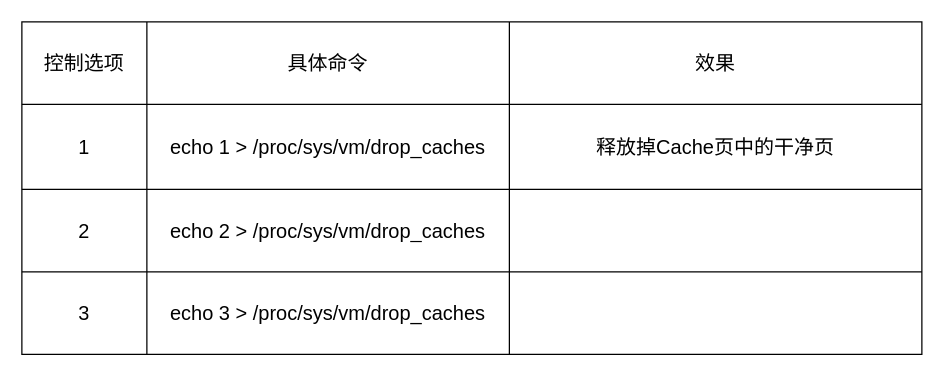
The draw.io diagram dropcache.drawio in Netech-DevNote/itquestions_pictures, before the edit. Source tidied: cells renumbered, new cells numbered last; positions are measured from the earlier drawing's top-left corner, leaving out a move shared by most shapes. Both pictures are drawn from the tidied source at 125%, with x=0, y=0 at pixel (21, 21).
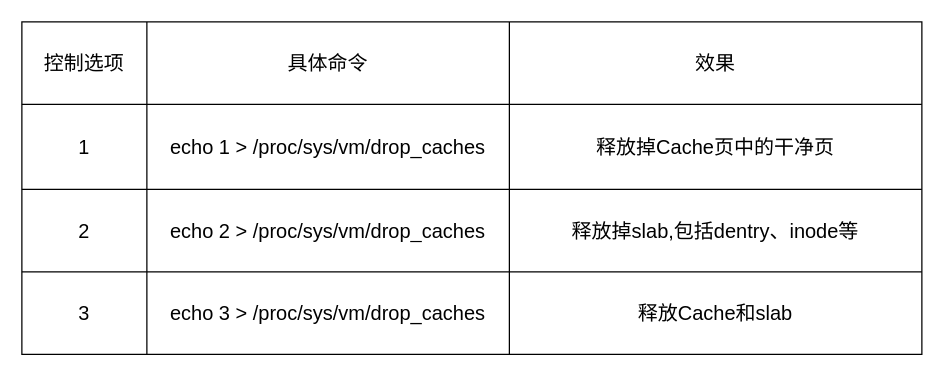
The same page after the edit.

The edit, as a diff of the source:
```diff
@@
 <mxGraphModel>
   <root>
     <mxCell id="0" />
     <mxCell id="1" parent="0" />
     <mxCell id="2" style="shape=table;startSize=0;childLayout=tableLayout;fontSize=16;" parent="1" vertex="1">
       <mxGeometry width="720" height="266" as="geometry" />
     </mxCell>
     <mxCell id="3" style="shape=tableRow;horizontal=0;startSize=0;swimlaneHead=0;swimlaneBody=0;strokeColor=inherit;top=0;left=0;bottom=0;right=0;fillColor=none;fontSize=16;" parent="2" vertex="1">
       <mxGeometry width="720" height="66" as="geometry" />
     </mxCell>
     <mxCell id="4" value="控制选项" style="shape=partialRectangle;html=1;whiteSpace=wrap;strokeColor=inherit;overflow=hidden;fillColor=none;top=0;left=0;bottom=0;right=0;fontSize=16;" parent="3" vertex="1">
       <mxGeometry width="100" height="66" as="geometry" />
     </mxCell>
     <mxCell id="5" value="具体命令" style="shape=partialRectangle;html=1;whiteSpace=wrap;strokeColor=inherit;overflow=hidden;fillColor=none;top=0;left=0;bottom=0;right=0;fontSize=16;" parent="3" vertex="1">
       <mxGeometry x="100" width="290" height="66" as="geometry" />
     </mxCell>
     <mxCell id="6" value="效果" style="shape=partialRectangle;html=1;whiteSpace=wrap;strokeColor=inherit;overflow=hidden;fillColor=none;top=0;left=0;bottom=0;right=0;fontSize=16;" parent="3" vertex="1">
       <mxGeometry x="390" width="330" height="66" as="geometry" />
     </mxCell>
     <mxCell id="7" style="shape=tableRow;horizontal=0;startSize=0;swimlaneHead=0;swimlaneBody=0;strokeColor=inherit;top=0;left=0;bottom=0;right=0;fillColor=none;fontSize=16;" parent="2" vertex="1">
       <mxGeometry y="66" width="720" height="68" as="geometry" />
     </mxCell>
     <mxCell id="8" value="1" style="shape=partialRectangle;html=1;whiteSpace=wrap;strokeColor=inherit;overflow=hidden;fillColor=none;top=0;left=0;bottom=0;right=0;fontSize=16;" parent="7" vertex="1">
       <mxGeometry width="100" height="68" as="geometry" />
     </mxCell>
     <mxCell id="9" value="echo 1 &amp;gt; /proc/sys/vm/drop_caches" style="shape=partialRectangle;html=1;whiteSpace=wrap;strokeColor=inherit;overflow=hidden;fillColor=none;top=0;left=0;bottom=0;right=0;fontSize=16;" parent="7" vertex="1">
       <mxGeometry x="100" width="290" height="68" as="geometry" />
     </mxCell>
     <mxCell id="10" value="释放掉Cache页中的干净页" style="shape=partialRectangle;html=1;whiteSpace=wrap;strokeColor=inherit;overflow=hidden;fillColor=none;top=0;left=0;bottom=0;right=0;fontSize=16;" parent="7" vertex="1">
       <mxGeometry x="390" width="330" height="68" as="geometry" />
     </mxCell>
     <mxCell id="11" style="shape=tableRow;horizontal=0;startSize=0;swimlaneHead=0;swimlaneBody=0;strokeColor=inherit;top=0;left=0;bottom=0;right=0;fillColor=none;fontSize=16;swimlaneFillColor=default;" parent="2" vertex="1">
       <mxGeometry y="134" width="720" height="66" as="geometry" />
     </mxCell>
     <mxCell id="12" value="2" style="shape=partialRectangle;html=1;whiteSpace=wrap;strokeColor=inherit;overflow=hidden;fillColor=none;top=0;left=0;bottom=0;right=0;fontSize=16;" parent="11" vertex="1">
       <mxGeometry width="100" height="66" as="geometry" />
     </mxCell>
     <mxCell id="13" value="echo 2 &amp;gt; /proc/sys/vm/drop_caches" style="shape=partialRectangle;html=1;whiteSpace=wrap;strokeColor=inherit;overflow=hidden;fillColor=none;top=0;left=0;bottom=0;right=0;fontSize=16;" parent="11" vertex="1">
       <mxGeometry x="100" width="290" height="66" as="geometry" />
     </mxCell>
-    <mxCell id="14" style="shape=partialRectangle;html=1;whiteSpace=wrap;strokeColor=inherit;overflow=hidden;fillColor=none;top=0;left=0;bottom=0;right=0;fontSize=16;" parent="11" vertex="1">
+    <mxCell id="14" value="释放掉slab,包括dentry、inode等" style="shape=partialRectangle;html=1;whiteSpace=wrap;strokeColor=inherit;overflow=hidden;fillColor=none;top=0;left=0;bottom=0;right=0;fontSize=16;" parent="11" vertex="1">
       <mxGeometry x="390" width="330" height="66" as="geometry" />
     </mxCell>
     <mxCell id="15" style="shape=tableRow;horizontal=0;startSize=0;swimlaneHead=0;swimlaneBody=0;strokeColor=inherit;top=0;left=0;bottom=0;right=0;fillColor=none;fontSize=16;swimlaneFillColor=default;" parent="2" vertex="1">
       <mxGeometry y="200" width="720" height="66" as="geometry" />
     </mxCell>
     <mxCell id="16" value="3" style="shape=partialRectangle;html=1;whiteSpace=wrap;strokeColor=inherit;overflow=hidden;fillColor=none;top=0;left=0;bottom=0;right=0;fontSize=16;" parent="15" vertex="1">
       <mxGeometry width="100" height="66" as="geometry" />
     </mxCell>
     <mxCell id="17" value="echo 3 &amp;gt; /proc/sys/vm/drop_caches" style="shape=partialRectangle;html=1;whiteSpace=wrap;strokeColor=inherit;overflow=hidden;fillColor=none;top=0;left=0;bottom=0;right=0;fontSize=16;" parent="15" vertex="1">
       <mxGeometry x="100" width="290" height="66" as="geometry" />
     </mxCell>
-    <mxCell id="18" style="shape=partialRectangle;html=1;whiteSpace=wrap;strokeColor=inherit;overflow=hidden;fillColor=none;top=0;left=0;bottom=0;right=0;fontSize=16;" parent="15" vertex="1">
+    <mxCell id="18" value="释放Cache和slab" style="shape=partialRectangle;html=1;whiteSpace=wrap;strokeColor=inherit;overflow=hidden;fillColor=none;top=0;left=0;bottom=0;right=0;fontSize=16;" parent="15" vertex="1">
       <mxGeometry x="390" width="330" height="66" as="geometry" />
     </mxCell>
   </root>
 </mxGraphModel>
```
